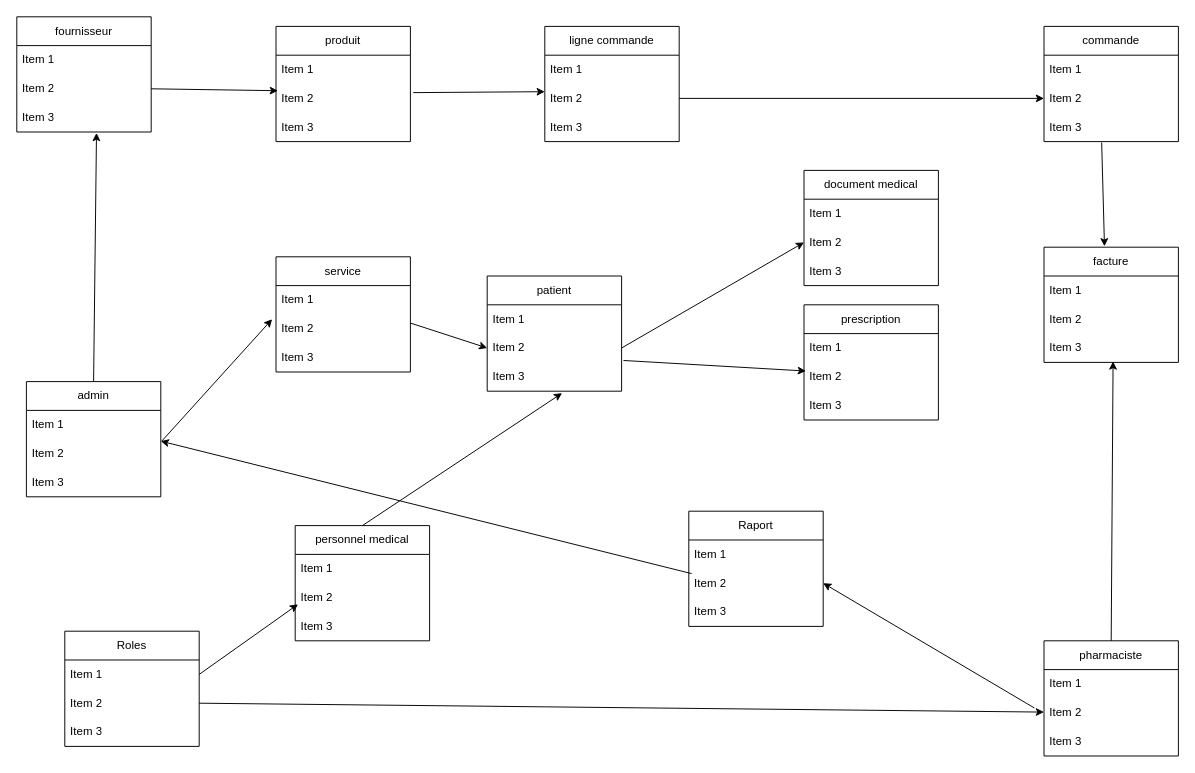
This is page "class Diagram" (1 of 6) of Untitled Diagram.drawio from arseneRuben/CinsolManagement, a draw.io file, before an edit. Source tidied: cells renumbered, new cells numbered last; positions are measured from the earlier drawing's top-left corner, leaving out a move shared by most shapes. Both pictures are drawn from the tidied source at 96%, with x=0, y=0 at pixel (16, 16).
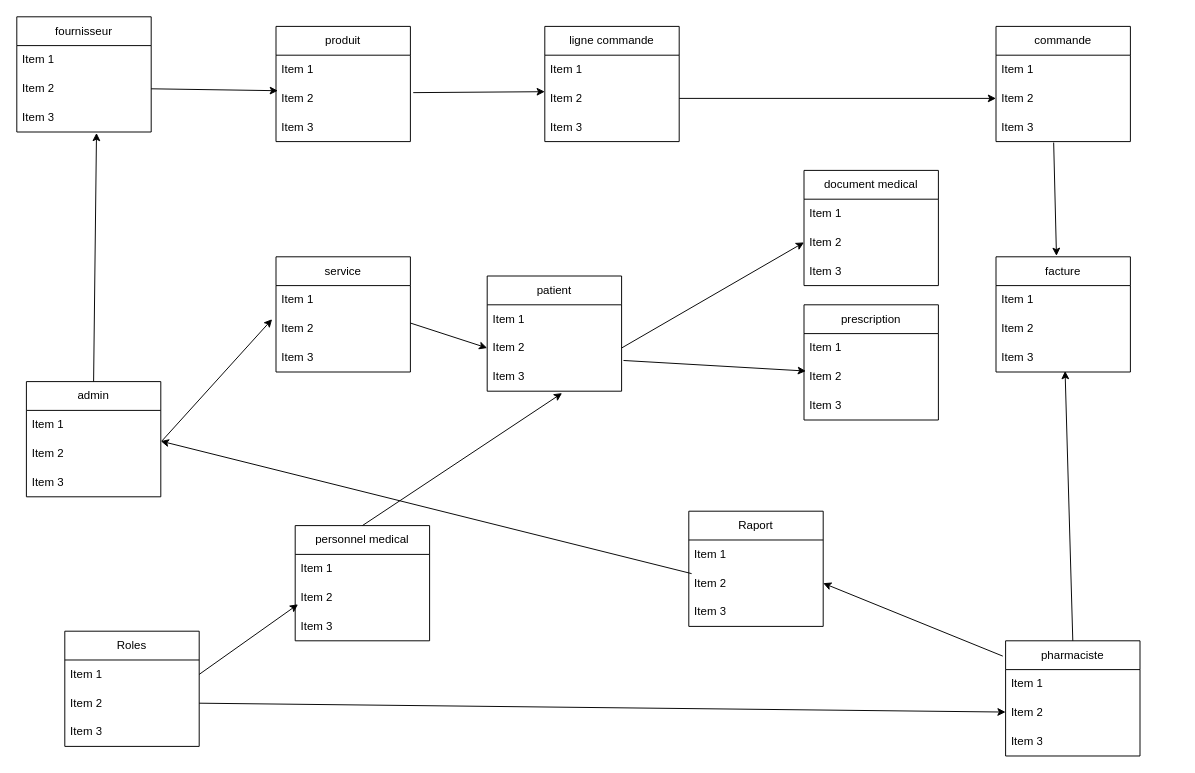
Above is the later version.

The change refers to these unchanged cells:
```xml
<mxCell id="69" value="Item 2" style="text;strokeColor=none;fillColor=none;align=left;verticalAlign=middle;spacingLeft=4;spacingRight=4;overflow=hidden;points=[[0,0.5],[1,0.5]];portConstraint=eastwest;whiteSpace=wrap;html=1;" parent="67" vertex="1">
  <mxGeometry y="60" width="140" height="30" as="geometry" />
</mxCell>
```

The edit, as a diff of the source:
```diff
@@
     <mxCell id="18" value="commande" style="swimlane;fontStyle=0;horizontal=1;startSize=30;whiteSpace=wrap;html=1;" parent="1" vertex="1">
-      <mxGeometry x="1070" y="10" width="140" height="120" as="geometry" />
+      <mxGeometry x="1020" y="10" width="140" height="120" as="geometry" />
     </mxCell>
@@
     <mxCell id="26" value="pharmaciste" style="swimlane;fontStyle=0;horizontal=1;startSize=30;whiteSpace=wrap;html=1;" parent="1" vertex="1">
-      <mxGeometry x="1070" y="650" width="140" height="120" as="geometry" />
+      <mxGeometry x="1030" y="650" width="140" height="120" as="geometry" />
     </mxCell>
@@
     <mxCell id="30" value="facture" style="swimlane;fontStyle=0;horizontal=1;startSize=30;whiteSpace=wrap;html=1;" parent="1" vertex="1">
-      <mxGeometry x="1070" y="240" width="140" height="120" as="geometry" />
+      <mxGeometry x="1020" y="250" width="140" height="120" as="geometry" />
     </mxCell>
@@
-    <mxCell id="71" style="endArrow=classic;html=1;rounded=0;entryX=1;entryY=0.5;entryDx=0;entryDy=0;" parent="1" edge="1" target="69">
-      <mxGeometry relative="1" as="geometry">
-        <mxPoint x="1060" y="720" as="sourcePoint" />
-      </mxGeometry>
+    <mxCell id="71" style="endArrow=classic;html=1;rounded=0;entryX=1;entryY=0.5;entryDx=0;entryDy=0;exitX=-0.021;exitY=0.133;exitDx=0;exitDy=0;exitPerimeter=0;" parent="1" edge="1" source="26" target="69">
+      <mxGeometry relative="1" as="geometry" />
     </mxCell>
```
